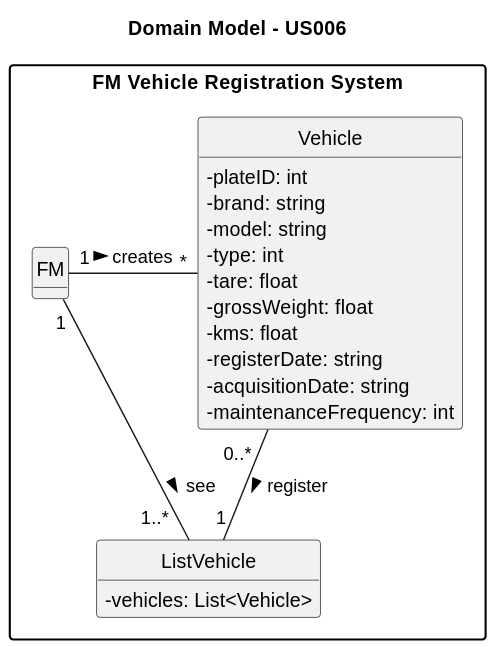
Before: docs/sprintA/us006/02.analysis/svg/us006-domain-model.svg, a diagram exported from PlantUML (SAEmanuel/Green_Spaces_Management_ISEP). The source it was exported from:
```plantuml
@startuml
skinparam monochrome true
skinparam packageStyle rectangle
skinparam shadowing false

skinparam classAttributeIconSize 0

hide circles
hide methods

title Domain Model - US006

package "FM Vehicle Registration System" {

    class FM {
    }

    class Vehicle {
         - plateID: int
         - brand: string
         - model: string
         - type: int
         - tare: float
         - grossWeight: float
         - kms: float
         - registerDate: string
         - acquisitionDate: string
         - maintenanceFrequency: int
    }

    class ListVehicle {
        - vehicles: List<Vehicle>
    }


    FM "1" - "*" Vehicle : creates >
    FM "1" - "1..*  " ListVehicle: see >
    Vehicle "0..*  " -- "1" ListVehicle : register >
}
@enduml
```
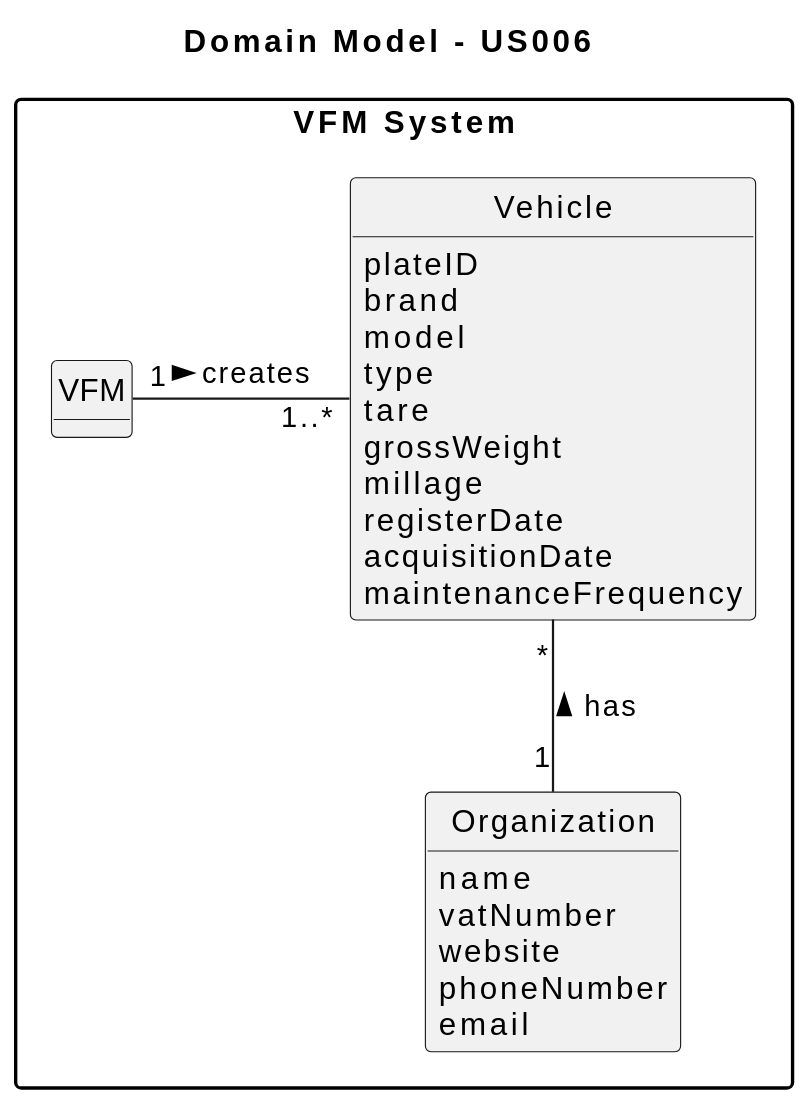
Above is the later version.

Change to the diagram source:
```diff
@@ -10,31 +10,34 @@
 
 title Domain Model - US006
 
-package "FM Vehicle Registration System" {
+package "VFM System" {
 
-    class FM {
+    class VFM {
     }
 
     class Vehicle {
-         - plateID: int
-         - brand: string
-         - model: string
-         - type: int
-         - tare: float
-         - grossWeight: float
-         - kms: float
-         - registerDate: string
-         - acquisitionDate: string
-         - maintenanceFrequency: int
+         plateID
+         brand
+         model
+         type
+         tare
+         grossWeight
+         millage
+         registerDate
+         acquisitionDate
+         maintenanceFrequency
     }
 
-    class ListVehicle {
-        - vehicles: List<Vehicle>
-    }
+    class Organization {
+            name
+            vatNumber
+            website
+            phoneNumber
+            email
+        }
 
 
-    FM "1" - "*" Vehicle : creates >
-    FM "1" - "1..*  " ListVehicle: see >
-    Vehicle "0..*  " -- "1" ListVehicle : register >
+    VFM "1" - "1..*" Vehicle : creates >
+    Vehicle "*" -- "1" Organization : has <
 }
 @enduml
```
